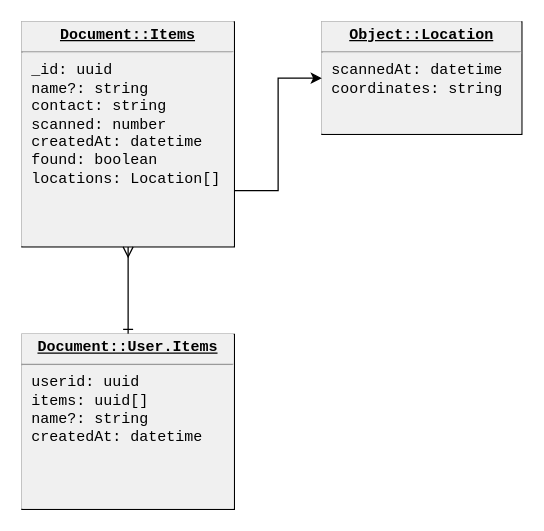
Before: docs/mat-do-datamodel.drawio in vanister/mat-do, a draw.io diagram. Source tidied: cells renumbered, new cells numbered last; positions are measured from the earlier drawing's top-left corner, leaving out a move shared by most shapes. Both pictures are drawn from the tidied source at 125%, with x=0, y=0 at pixel (21, 21).
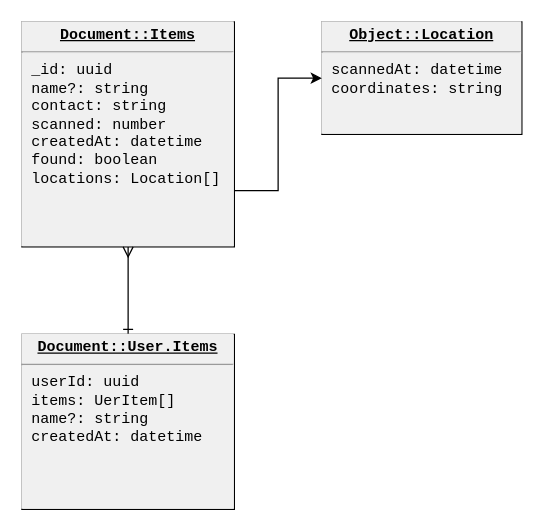
The same diagram, later.

What changed in the source:
```diff
@@
 <mxGraphModel>
   <root>
     <mxCell id="0" />
     <mxCell id="1" parent="0" />
     <mxCell id="2" value="&lt;p style=&quot;margin:0px;margin-top:4px;text-align:center;text-decoration:underline;&quot;&gt;&lt;b&gt;Object::Location&lt;/b&gt;&lt;/p&gt;&lt;hr&gt;&lt;p style=&quot;margin:0px;margin-left:8px;&quot;&gt;scannedAt: datetime&lt;br&gt;coordinates: string&lt;/p&gt;" style="verticalAlign=top;align=left;overflow=fill;fontSize=12;fontFamily=Courier New;html=1;fontColor=#000000;fillColor=default;labelBackgroundColor=#F0F0F0;" parent="1" vertex="1">
       <mxGeometry x="240" width="160" height="90" as="geometry" />
     </mxCell>
     <mxCell id="3" style="edgeStyle=orthogonalEdgeStyle;rounded=0;jettySize=auto;html=1;exitX=1;exitY=0.75;exitDx=0;exitDy=0;fontFamily=Courier New;fontSize=12;fontColor=#000000;" parent="1" edge="1" source="4" target="2">
       <mxGeometry relative="1" as="geometry" />
     </mxCell>
     <mxCell id="4" value="&lt;p style=&quot;margin:0px;margin-top:4px;text-align:center;text-decoration:underline;&quot;&gt;&lt;b&gt;Document::Items&lt;/b&gt;&lt;/p&gt;&lt;hr&gt;&lt;p style=&quot;margin:0px;margin-left:8px;&quot;&gt;_id: uuid&lt;br&gt;&lt;/p&gt;&lt;p style=&quot;margin:0px;margin-left:8px;&quot;&gt;name?: string&lt;/p&gt;&lt;p style=&quot;margin:0px;margin-left:8px;&quot;&gt;contact: string&lt;/p&gt;&lt;p style=&quot;margin:0px;margin-left:8px;&quot;&gt;scanned: number&lt;/p&gt;&lt;p style=&quot;margin:0px;margin-left:8px;&quot;&gt;createdAt: datetime&lt;/p&gt;&lt;p style=&quot;margin:0px;margin-left:8px;&quot;&gt;found: boolean&lt;/p&gt;&lt;p style=&quot;margin:0px;margin-left:8px;&quot;&gt;locations: Location[]&lt;/p&gt;" style="verticalAlign=top;align=left;overflow=fill;fontSize=12;fontFamily=Courier New;html=1;labelBackgroundColor=#F0F0F0;fontColor=#000000;fillColor=default;" parent="1" vertex="1">
       <mxGeometry width="170" height="180" as="geometry" />
     </mxCell>
     <mxCell id="5" style="edgeStyle=orthogonalEdgeStyle;rounded=0;jettySize=auto;html=1;exitX=0.5;exitY=0;exitDx=0;exitDy=0;entryX=0.5;entryY=1;entryDx=0;entryDy=0;fontFamily=Courier New;fontSize=12;fontColor=#000000;startArrow=ERone;startFill=0;endArrow=ERmany;endFill=0;" parent="1" edge="1" source="6" target="4">
       <mxGeometry relative="1" as="geometry" />
     </mxCell>
-    <mxCell id="6" value="&lt;p style=&quot;margin:0px;margin-top:4px;text-align:center;text-decoration:underline;&quot;&gt;&lt;b&gt;Document::User.Items&lt;/b&gt;&lt;/p&gt;&lt;hr&gt;&lt;p style=&quot;margin:0px;margin-left:8px;&quot;&gt;userid: uuid&lt;br&gt;items: uuid[]&lt;/p&gt;&lt;p style=&quot;margin:0px;margin-left:8px;&quot;&gt;name?: string&lt;/p&gt;&lt;p style=&quot;margin:0px;margin-left:8px;&quot;&gt;createdAt: datetime&lt;/p&gt;&lt;p style=&quot;margin:0px;margin-left:8px;&quot;&gt;&lt;br&gt;&lt;/p&gt;" style="verticalAlign=top;align=left;overflow=fill;fontSize=12;fontFamily=Courier New;html=1;fontColor=#000000;fillColor=default;labelBackgroundColor=#F0F0F0;" parent="1" vertex="1">
+    <mxCell id="6" value="&lt;p style=&quot;margin: 0px ; margin-top: 4px ; text-align: center ; text-decoration: underline&quot;&gt;&lt;b&gt;Document::User.Items&lt;/b&gt;&lt;/p&gt;&lt;hr&gt;&lt;p style=&quot;margin: 0px ; margin-left: 8px&quot;&gt;userId: uuid&lt;br&gt;items: UerItem[]&lt;/p&gt;&lt;p style=&quot;margin: 0px ; margin-left: 8px&quot;&gt;name?: string&lt;/p&gt;&lt;p style=&quot;margin: 0px ; margin-left: 8px&quot;&gt;createdAt: datetime&lt;/p&gt;&lt;p style=&quot;margin: 0px ; margin-left: 8px&quot;&gt;&lt;br&gt;&lt;/p&gt;" style="verticalAlign=top;align=left;overflow=fill;fontSize=12;fontFamily=Courier New;html=1;fontColor=#000000;fillColor=default;labelBackgroundColor=#F0F0F0;" parent="1" vertex="1">
       <mxGeometry y="250" width="170" height="140" as="geometry" />
     </mxCell>
   </root>
 </mxGraphModel>
```
